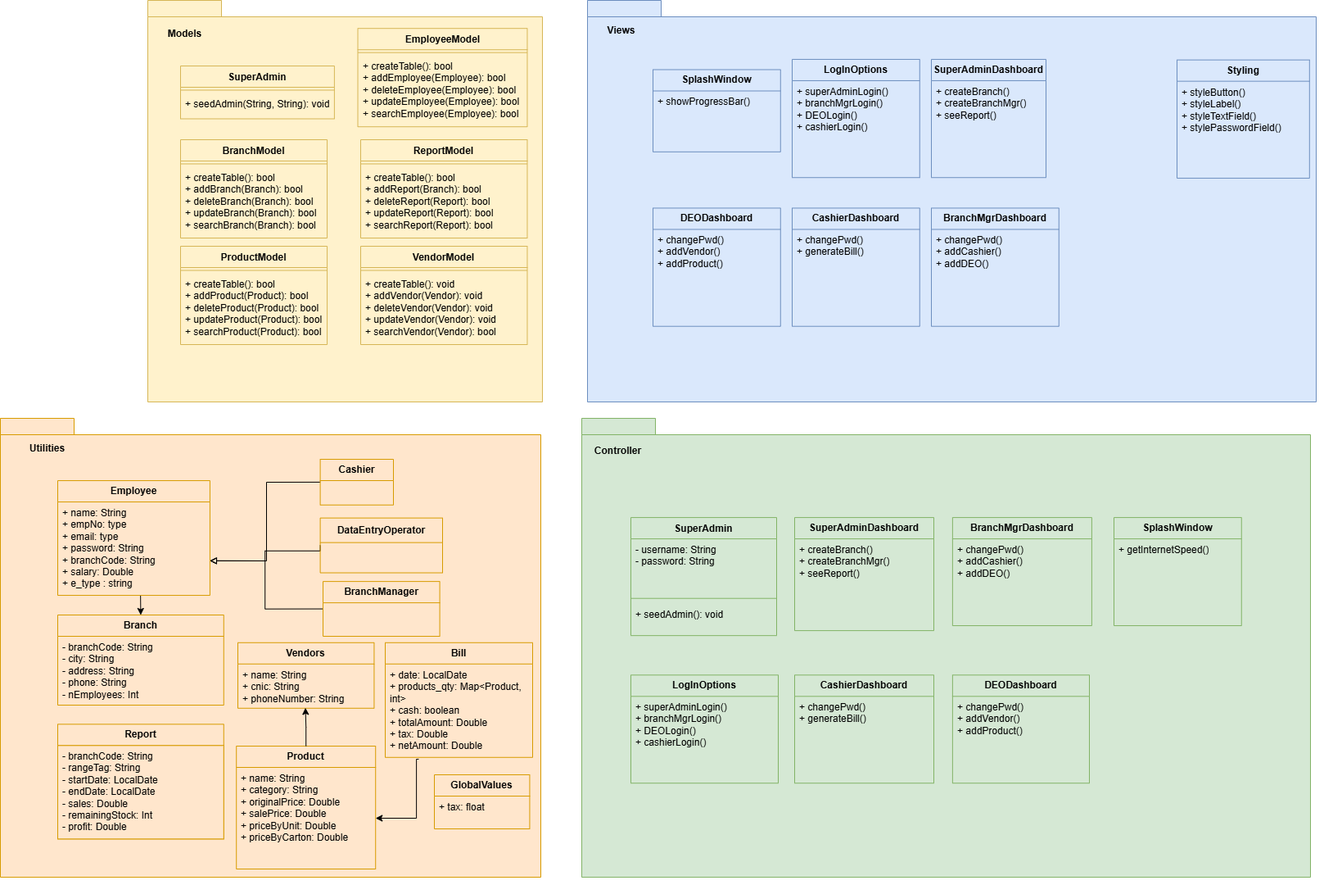
The draw.io diagram SCDFinalProject_CD.drawio.png in NHL-Co/Metro-Management-System, before a commit. Source tidied: cells renumbered, new cells last; positions are measured from the earlier drawing's top-left corner, leaving out a move shared by most shapes.
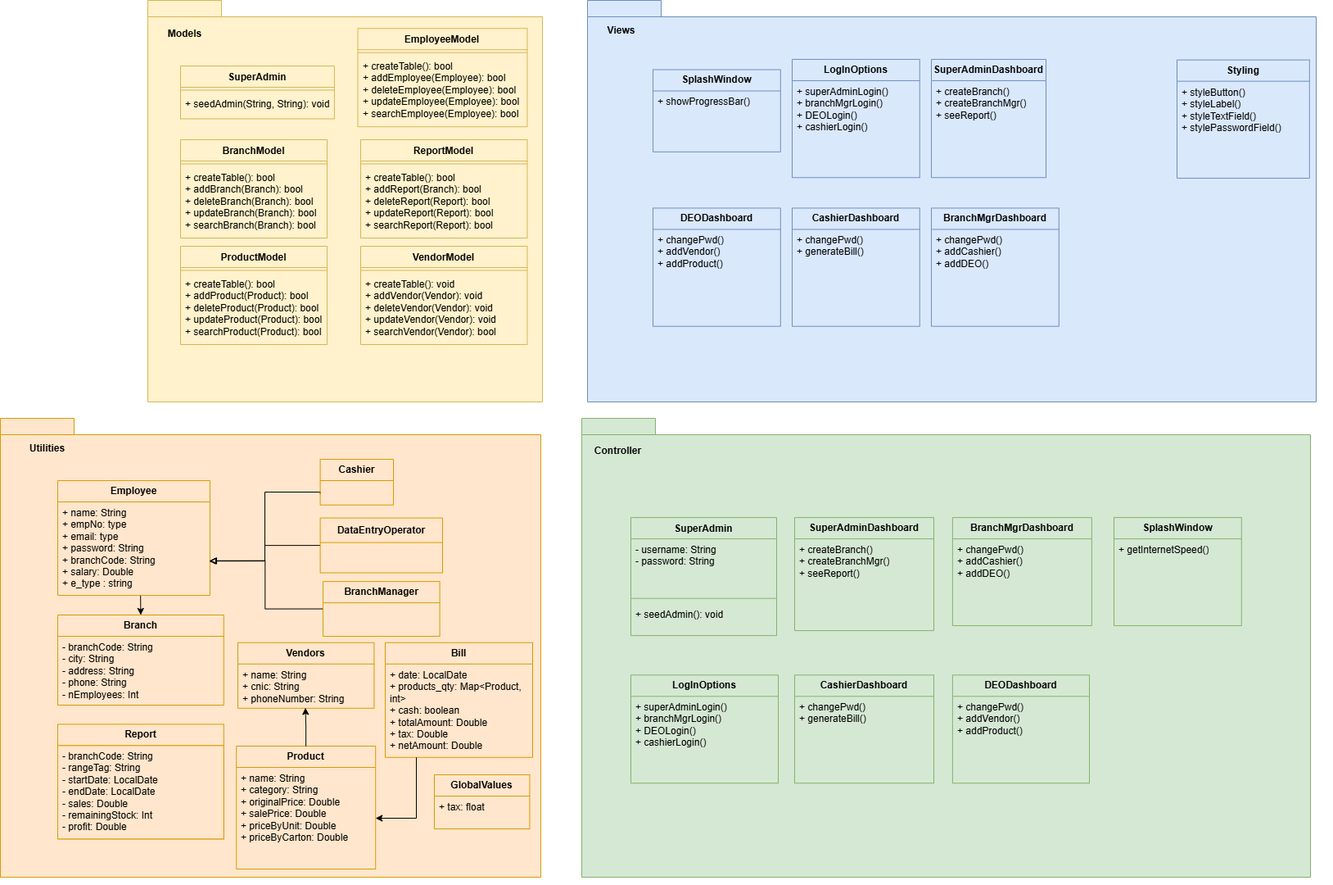
The same diagram one commit later.

Commit message:
Updated class diagram

Change to the diagram source:
```diff
@@ -203,9 +203,8 @@
       <mxGeometry relative="1" as="geometry">
         <mxPoint x="255.9" y="173.9" as="targetPoint" />
         <Array as="points">
-          <mxPoint x="390.6" y="161.8" />
-          <mxPoint x="323.3" y="161.8" />
-          <mxPoint x="323.3" y="174.2" />
+          <mxPoint x="323" y="155" />
+          <mxPoint x="323" y="174" />
         </Array>
       </mxGeometry>
     </mxCell>
@@ -218,12 +217,12 @@
     <mxCell id="68" value="+ name: String&lt;div&gt;+ empNo: type&lt;/div&gt;&lt;div&gt;+ email: type&lt;/div&gt;&lt;div&gt;+ password: String&lt;/div&gt;&lt;div&gt;+ branchCode: String&lt;/div&gt;&lt;div&gt;+ salary: Double&lt;/div&gt;&lt;div&gt;+ e_type : string&lt;/div&gt;" style="text;strokeColor=none;fillColor=none;align=left;verticalAlign=top;spacingLeft=4;spacingRight=4;overflow=hidden;points=[[0,0.5],[1,0.5]];portConstraint=eastwest;whiteSpace=wrap;html=1;" parent="67" vertex="1">
       <mxGeometry y="26" width="185.9" height="114" as="geometry" />
     </mxCell>
-    <mxCell id="69" style="edgeStyle=orthogonalEdgeStyle;rounded=0;jettySize=auto;html=1;exitX=0;exitY=0.5;exitDx=0;exitDy=0;endArrow=block;endFill=0;" parent="59" edge="1" source="70">
+    <mxCell id="69" style="edgeStyle=orthogonalEdgeStyle;rounded=0;jettySize=auto;html=1;endArrow=block;endFill=0;entryX=0.994;entryY=0.633;entryDx=0;entryDy=0;entryPerimeter=0;exitX=0;exitY=0.75;exitDx=0;exitDy=0;" parent="59" edge="1" source="70" target="68">
       <mxGeometry relative="1" as="geometry">
-        <mxPoint x="255.9" y="173.9" as="targetPoint" />
         <Array as="points">
-          <mxPoint x="324.9" y="78.4" />
-          <mxPoint x="324.9" y="174.2" />
+          <mxPoint x="391" y="90" />
+          <mxPoint x="323" y="90" />
+          <mxPoint x="323" y="174" />
         </Array>
       </mxGeometry>
     </mxCell>
@@ -266,7 +265,7 @@
     <mxCell id="82" value="+ date: LocalDate&lt;div&gt;+ products_qty: Map&amp;lt;Product, int&amp;gt;&lt;/div&gt;&lt;div&gt;&lt;span style=&quot;background-color: initial;&quot;&gt;+ cash: boolean&lt;/span&gt;&lt;/div&gt;&lt;div&gt;+ totalAmount: Double&lt;/div&gt;&lt;div&gt;&lt;span style=&quot;background-color: initial;&quot;&gt;+ tax: Double&lt;/span&gt;&lt;/div&gt;&lt;div&gt;&lt;span style=&quot;background-color: initial;&quot;&gt;+ netAmount: Double&lt;/span&gt;&lt;/div&gt;" style="text;strokeColor=none;fillColor=none;align=left;verticalAlign=top;spacingLeft=4;spacingRight=4;overflow=hidden;points=[[0,0.5],[1,0.5]];portConstraint=eastwest;whiteSpace=wrap;html=1;" parent="81" vertex="1">
       <mxGeometry y="26" width="180" height="114" as="geometry" />
     </mxCell>
-    <mxCell id="83" style="edgeStyle=orthogonalEdgeStyle;rounded=0;jettySize=auto;html=1;exitX=0.227;exitY=1.019;exitDx=0;exitDy=0;entryX=1;entryY=0.5;entryDx=0;entryDy=0;exitPerimeter=0;" parent="59" edge="1" source="82" target="72">
+    <mxCell id="83" style="edgeStyle=orthogonalEdgeStyle;rounded=0;jettySize=auto;html=1;entryX=1;entryY=0.5;entryDx=0;entryDy=0;" parent="59" edge="1" source="82" target="72">
       <mxGeometry relative="1" as="geometry">
         <Array as="points">
           <mxPoint x="508" y="488" />
```
